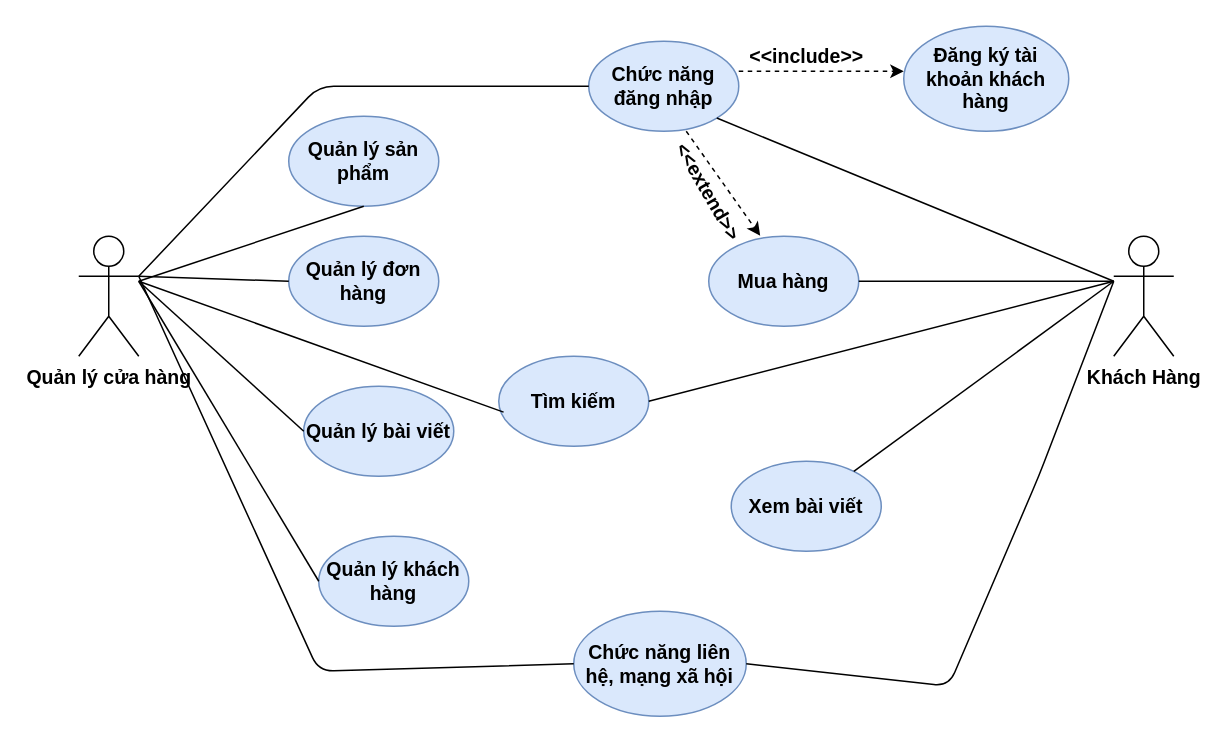
Earlier version of the draw.io diagram Untitled Diagram.drawio (truongflute/truongflute.github.io). Source tidied: cells renumbered, new cells numbered last; positions are measured from the earlier drawing's top-left corner, leaving out a move shared by most shapes. Both pictures are drawn from the tidied source at 150%, with x=0, y=0 at pixel (78, 26).
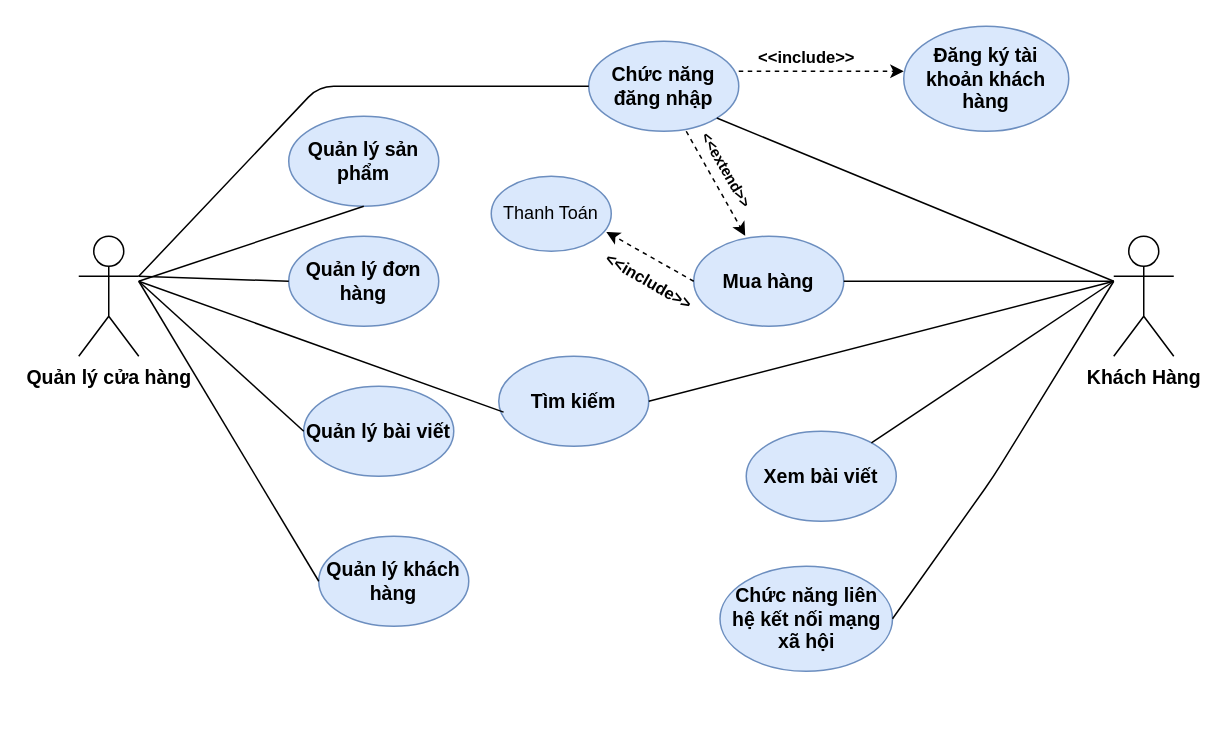
Above is the later version.

Unchanged cells that the change refers to:
```xml
<mxCell id="2" value="Quản lý cửa hàng" style="shape=umlActor;verticalLabelPosition=bottom;verticalAlign=top;html=1;outlineConnect=0;fontSize=13;fontStyle=1;" parent="1" vertex="1">
  <mxGeometry y="140" width="40" height="80" as="geometry" />
</mxCell>
```

The edit, as a diff of the source:
```diff
@@
-    <mxCell id="14" value="Chức năng liên hệ, mạng xã hội" style="ellipse;whiteSpace=wrap;html=1;fillColor=#dae8fc;strokeColor=#6c8ebf;fontSize=13;fontStyle=1;" parent="1" vertex="1">
-      <mxGeometry x="330" y="390" width="115" height="70" as="geometry" />
+    <mxCell id="14" value="Chức năng liên hệ kết nối mạng xã hội" style="ellipse;whiteSpace=wrap;html=1;fillColor=#dae8fc;strokeColor=#6c8ebf;fontSize=13;fontStyle=1;" parent="1" vertex="1">
+      <mxGeometry x="427.5" y="360" width="115" height="70" as="geometry" />
     </mxCell>
-    <mxCell id="15" style="endArrow=none;html=1;exitX=1;exitY=0.3333333333333333;exitDx=0;exitDy=0;exitPerimeter=0;entryX=0;entryY=0.5;entryDx=0;entryDy=0;fontSize=13;fontStyle=1;" parent="1" edge="1" source="2" target="14">
-      <mxGeometry relative="1" as="geometry">
-        <Array as="points">
-          <mxPoint x="160" y="430" />
-        </Array>
-      </mxGeometry>
-    </mxCell>
     <mxCell id="16" value="Mua hàng" style="ellipse;whiteSpace=wrap;html=1;fillColor=#dae8fc;strokeColor=#6c8ebf;fontSize=13;fontStyle=1;" parent="1" vertex="1">
-      <mxGeometry x="420" y="140" width="100" height="60" as="geometry" />
+      <mxGeometry x="410" y="140" width="100" height="60" as="geometry" />
     </mxCell>
@@
     <mxCell id="18" style="endArrow=none;html=1;exitX=1;exitY=0.5;exitDx=0;exitDy=0;fontSize=13;fontStyle=1;" parent="1" edge="1" source="14">
       <mxGeometry relative="1" as="geometry">
         <mxPoint x="690" y="170" as="targetPoint" />
         <Array as="points">
-          <mxPoint x="580" y="440" />
-          <mxPoint x="640" y="300" />
+          <mxPoint x="610" y="300" />
         </Array>
       </mxGeometry>
     </mxCell>
@@
-    <mxCell id="25" value="&amp;lt;&amp;lt;include&amp;gt;&amp;gt;" style="text;html=1;align=center;verticalAlign=middle;strokeColor=none;fontSize=13;fontStyle=1;" parent="1" vertex="1">
-      <mxGeometry x="440" y="10" width="90" height="20" as="geometry" />
+    <mxCell id="25" value="&lt;font style=&quot;font-size: 11px&quot;&gt;&amp;lt;&amp;lt;include&amp;gt;&amp;gt;&lt;/font&gt;" style="text;html=1;align=center;verticalAlign=middle;strokeColor=none;fontSize=13;fontStyle=1;" parent="1" vertex="1">
+      <mxGeometry x="445" y="10" width="80" height="20" as="geometry" />
     </mxCell>
@@
-    <mxCell id="27" value="&amp;lt;&amp;lt;extend&amp;gt;&amp;gt;" style="text;html=1;align=center;verticalAlign=middle;strokeColor=none;rotation=60;fontSize=13;fontStyle=1;" parent="1" vertex="1">
-      <mxGeometry x="375" y="100" width="90" height="20" as="geometry" />
+    <mxCell id="27" value="&lt;font style=&quot;font-size: 10px&quot;&gt;&amp;lt;&amp;lt;extend&amp;gt;&amp;gt;&lt;/font&gt;" style="text;html=1;align=center;verticalAlign=middle;strokeColor=none;rotation=60;fontSize=13;fontStyle=1;" parent="1" vertex="1">
+      <mxGeometry x="398" y="85" width="70" height="20" as="geometry" />
     </mxCell>
     <mxCell id="28" value="Xem bài viết" style="ellipse;whiteSpace=wrap;html=1;fillColor=#dae8fc;strokeColor=#6c8ebf;fontSize=13;fontStyle=1;" parent="1" vertex="1">
-      <mxGeometry x="435" y="290" width="100" height="60" as="geometry" />
+      <mxGeometry x="445" y="270" width="100" height="60" as="geometry" />
     </mxCell>
@@
+    <mxCell id="30" value="Thanh Toán" style="ellipse;whiteSpace=wrap;html=1;fillColor=#dae8fc;strokeColor=#6c8ebf;" parent="1" vertex="1">
+      <mxGeometry x="275" y="100" width="80" height="50" as="geometry" />
+    </mxCell>
+    <mxCell id="31" style="endArrow=classic;html=1;exitX=0;exitY=0.5;exitDx=0;exitDy=0;entryX=0.959;entryY=0.742;entryDx=0;entryDy=0;entryPerimeter=0;dashed=1;" parent="1" edge="1" source="16" target="30">
+      <mxGeometry relative="1" as="geometry" />
+    </mxCell>
+    <mxCell id="32" value="&lt;b&gt;&lt;font style=&quot;font-size: 11px&quot;&gt;&amp;lt;&amp;lt;include&amp;gt;&amp;gt;&lt;/font&gt;&lt;/b&gt;" style="text;html=1;align=center;verticalAlign=middle;strokeColor=none;fillColor=none;rotation=30;" parent="1" vertex="1">
+      <mxGeometry x="340" y="160" width="80" height="20" as="geometry" />
+    </mxCell>
```
